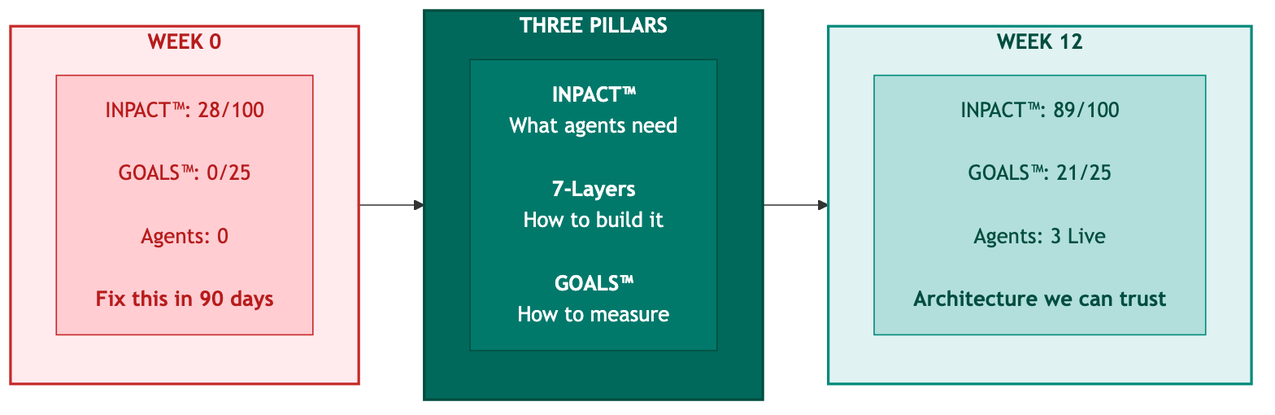
The Mermaid diagram manuscript/figures/09_chapter_8_architecture_of_trust_in_action-diagram-11.png in saitejesh-cyber/trust-before-intelligence-book, before a commit. Its source is kept beside it as mermaid-source/09_chapter_8_architecture_of_trust_in_action-diagram-11.mmd. The source it was exported from:
```mermaid
graph LR
  subgraph BEFORE["<b>WEEK 0</b>"]
    direction TB
    B1["INPACT™: 28/100<br/><br/>GOALS™: 0/25<br/><br/>Agents: 0<br/><br/><b>Fix this in 90 days</b>"]
  end

  subgraph PILLARS["<b>THREE PILLARS</b>"]
    direction TB
    P1["<b>INPACT™</b><br/>What agents need<br/><br/><b>7-Layers</b><br/>How to build it<br/><br/><b>GOALS™</b><br/>How to measure"]
  end

  subgraph AFTER["<b>WEEK 12</b>"]
    direction TB
    A1["INPACT™: 89/100<br/><br/>GOALS™: 21/25<br/><br/>Agents: 3 Live<br/><br/><b>Architecture we can trust</b>"]
  end

  BEFORE --> PILLARS --> AFTER

  style BEFORE fill:#ffebee,stroke:#c62828,stroke-width:2px,color:#b71c1c
  style PILLARS fill:#00695c,stroke:#004d40,stroke-width:2px,color:#ffffff
  style AFTER fill:#e0f2f1,stroke:#00897b,stroke-width:2px,color:#004d40
  style B1 fill:#ffcdd2,stroke:#c62828,color:#b71c1c
  style P1 fill:#00796b,stroke:#004d40,color:#ffffff
  style A1 fill:#b2dfdb,stroke:#00897b,color:#004d40
```
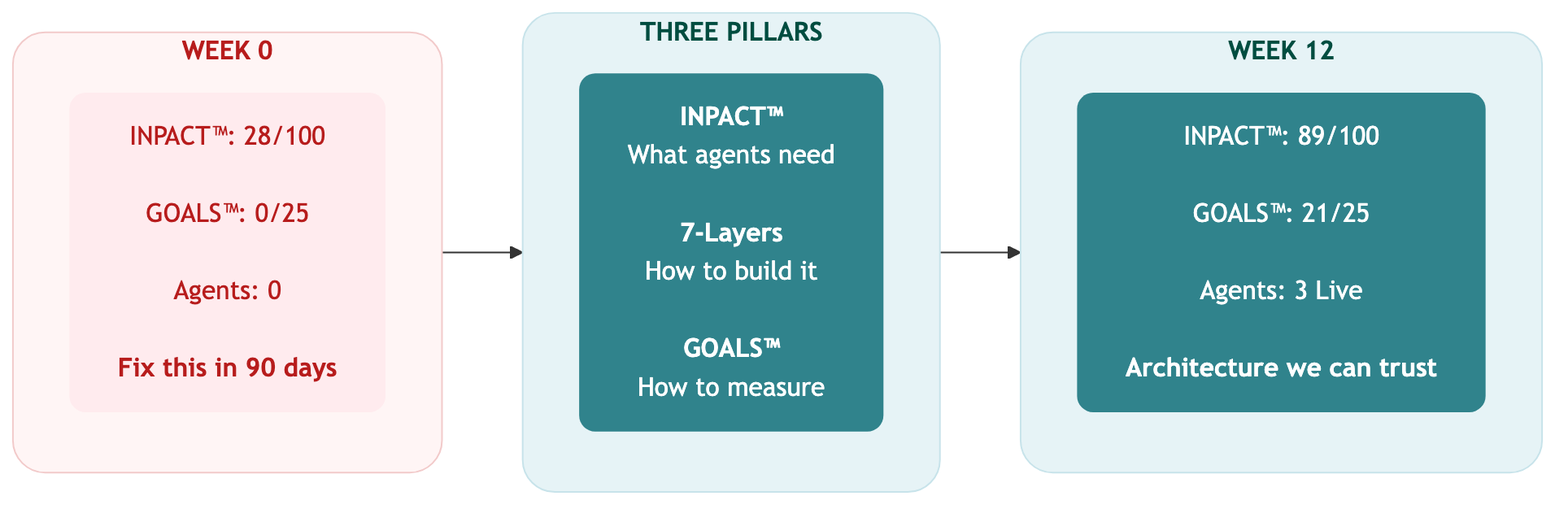
Above is the later version.

The edit, as a diff of the source:
```diff
@@ -16,9 +16,9 @@
 
   BEFORE --> PILLARS --> AFTER
 
-  style BEFORE fill:#ffebee,stroke:#c62828,stroke-width:2px,color:#b71c1c
-  style PILLARS fill:#00695c,stroke:#004d40,stroke-width:2px,color:#ffffff
-  style AFTER fill:#e0f2f1,stroke:#00897b,stroke-width:2px,color:#004d40
-  style B1 fill:#ffcdd2,stroke:#c62828,color:#b71c1c
-  style P1 fill:#00796b,stroke:#004d40,color:#ffffff
-  style A1 fill:#b2dfdb,stroke:#00897b,color:#004d40
+  style BEFORE fill:#fff5f5,stroke:#f2caca,stroke-width:1px,color:#b71c1c,rx:20,ry:20
+  style PILLARS fill:#e6f3f6,stroke:#c7e3ea,stroke-width:1px,color:#004d40,rx:20,ry:20
+  style AFTER fill:#e6f3f6,stroke:#c7e3ea,stroke-width:1px,color:#004d40,rx:20,ry:20
+  style B1 fill:#ffebee,stroke:none,color:#b71c1c,rx:10,ry:10
+  style P1 fill:#30838C,stroke:none,color:#ffffff,rx:10,ry:10
+  style A1 fill:#30838C,stroke:none,color:#ffffff,rx:10,ry:10
```
